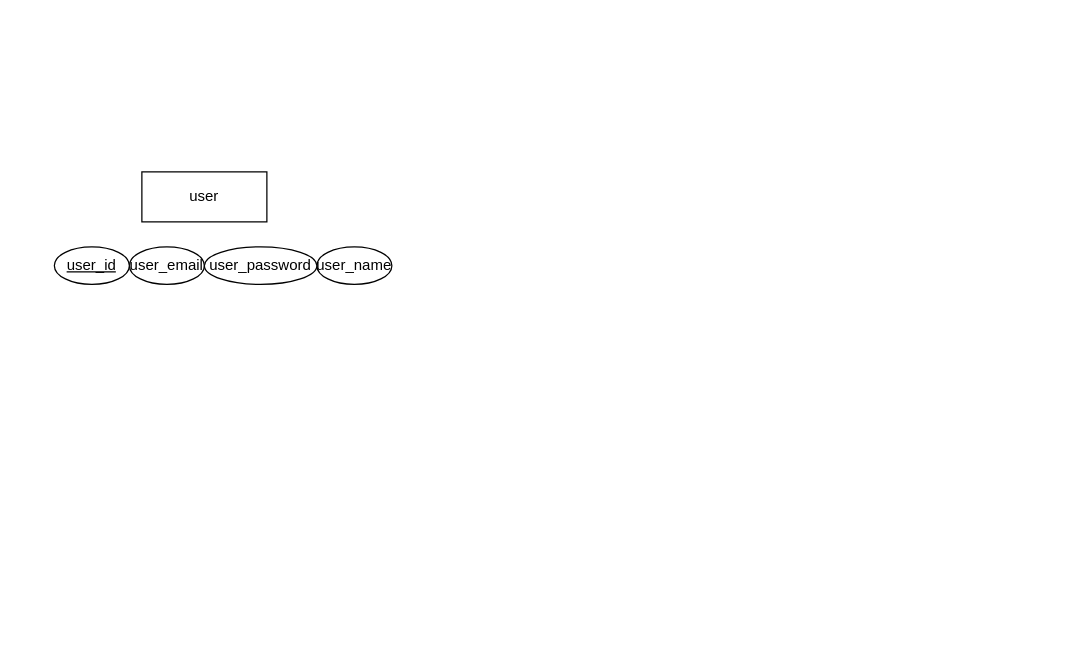
GSM-MoA/Damoa_project-backend keeps this draw.io diagram as 제목 없는 다이어그램.drawio. Above is the earlier version. Source tidied: cells renumbered, new cells numbered last; positions are measured from the earlier drawing's top-left corner, leaving out a move shared by most shapes. Both pictures are drawn from the tidied source at 125%, with x=0, y=0 at pixel (54, 171).
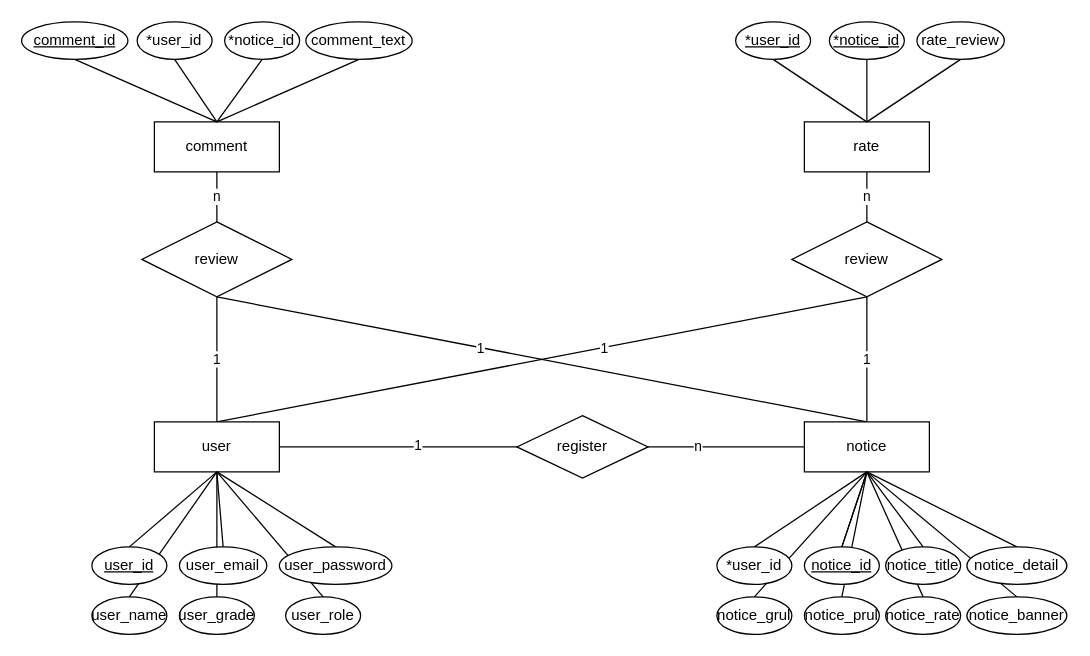
The same page after the edit.

The edit, as a diff of the source:
```diff
@@
+    <mxCell id="7" value="1" style="edgeStyle=none;rounded=0;jettySize=auto;html=1;exitX=0.5;exitY=0;exitDx=0;exitDy=0;entryX=0.5;entryY=1;entryDx=0;entryDy=0;endArrow=none;endFill=0;" parent="1" edge="1" source="2" target="61">
+      <mxGeometry relative="1" as="geometry" />
+    </mxCell>
+    <mxCell id="8" style="edgeStyle=none;rounded=0;jettySize=auto;html=1;exitX=0.5;exitY=0;exitDx=0;exitDy=0;entryX=0.5;entryY=1;entryDx=0;entryDy=0;endArrow=none;endFill=0;" parent="1" edge="1" source="2" target="63">
+      <mxGeometry relative="1" as="geometry" />
+    </mxCell>
+    <mxCell id="9" value="1" style="edgeLabel;html=1;align=center;verticalAlign=middle;" parent="8" vertex="1">
+      <mxGeometry x="0.13" y="3" relative="1" as="geometry">
+        <mxPoint x="16" as="offset" />
+      </mxGeometry>
+    </mxCell>
     <mxCell id="2" value="user" style="whiteSpace=wrap;html=1;align=center;" parent="1" vertex="1">
-      <mxGeometry x="70" width="100" height="40" as="geometry" />
+      <mxGeometry x="80" y="200" width="100" height="40" as="geometry" />
     </mxCell>
+    <mxCell id="10" style="edgeStyle=none;rounded=0;jettySize=auto;html=1;exitX=0.5;exitY=0;exitDx=0;exitDy=0;endArrow=none;endFill=0;" parent="1" edge="1" source="4">
+      <mxGeometry relative="1" as="geometry">
+        <mxPoint x="130" y="240" as="targetPoint" />
+      </mxGeometry>
+    </mxCell>
+    <mxCell id="4" value="user_name" style="ellipse;whiteSpace=wrap;html=1;align=center;" parent="1" vertex="1">
+      <mxGeometry x="30" y="340" width="60" height="30" as="geometry" />
+    </mxCell>
+    <mxCell id="11" style="edgeStyle=none;rounded=0;jettySize=auto;html=1;exitX=0.5;exitY=0;exitDx=0;exitDy=0;entryX=0.5;entryY=1;entryDx=0;entryDy=0;endArrow=none;endFill=0;" parent="1" edge="1" source="5" target="2">
+      <mxGeometry relative="1" as="geometry" />
+    </mxCell>
+    <mxCell id="6" value="user_id" style="ellipse;whiteSpace=wrap;html=1;align=center;fontStyle=4;" parent="1" vertex="1">
+      <mxGeometry x="30" y="300" width="60" height="30" as="geometry" />
+    </mxCell>
+    <mxCell id="12" style="edgeStyle=none;rounded=0;jettySize=auto;html=1;exitX=0.5;exitY=0;exitDx=0;exitDy=0;endArrow=none;endFill=0;" parent="1" edge="1" source="13">
+      <mxGeometry relative="1" as="geometry">
+        <mxPoint x="130" y="240" as="targetPoint" />
+      </mxGeometry>
+    </mxCell>
+    <mxCell id="13" value="user_grade" style="ellipse;whiteSpace=wrap;html=1;align=center;" parent="1" vertex="1">
+      <mxGeometry x="100" y="340" width="60" height="30" as="geometry" />
+    </mxCell>
+    <mxCell id="14" style="edgeStyle=none;rounded=0;jettySize=auto;html=1;exitX=0.5;exitY=0;exitDx=0;exitDy=0;entryX=0.5;entryY=1;entryDx=0;entryDy=0;endArrow=none;endFill=0;" parent="1" edge="1" source="15" target="2">
+      <mxGeometry relative="1" as="geometry" />
+    </mxCell>
+    <mxCell id="15" value="user_role" style="ellipse;whiteSpace=wrap;html=1;align=center;" parent="1" vertex="1">
+      <mxGeometry x="185" y="340" width="60" height="30" as="geometry" />
+    </mxCell>
+    <mxCell id="16" style="endArrow=none;html=1;rounded=0;entryX=0.5;entryY=0;entryDx=0;entryDy=0;exitX=0.5;exitY=1;exitDx=0;exitDy=0;strokeColor=default;endFill=0;" parent="1" edge="1" source="2" target="3">
+      <mxGeometry relative="1" as="geometry" />
+    </mxCell>
+    <mxCell id="17" style="endArrow=none;html=1;rounded=0;exitX=0.5;exitY=0;exitDx=0;exitDy=0;endFill=0;" parent="1" edge="1" source="6">
+      <mxGeometry relative="1" as="geometry">
+        <mxPoint x="130" y="240" as="targetPoint" />
+      </mxGeometry>
+    </mxCell>
     <mxCell id="3" value="user_email" style="ellipse;whiteSpace=wrap;html=1;align=center;" parent="1" vertex="1">
-      <mxGeometry x="60" y="60" width="60" height="30" as="geometry" />
+      <mxGeometry x="100" y="300" width="70" height="30" as="geometry" />
     </mxCell>
-    <mxCell id="4" value="user_name" style="ellipse;whiteSpace=wrap;html=1;align=center;" parent="1" vertex="1">
-      <mxGeometry x="210" y="60" width="60" height="30" as="geometry" />
-    </mxCell>
     <mxCell id="5" value="user_password" style="ellipse;whiteSpace=wrap;html=1;align=center;" parent="1" vertex="1">
-      <mxGeometry x="120" y="60" width="90" height="30" as="geometry" />
+      <mxGeometry x="180" y="300" width="90" height="30" as="geometry" />
     </mxCell>
-    <mxCell id="6" value="user_id" style="ellipse;whiteSpace=wrap;html=1;align=center;fontStyle=4;" parent="1" vertex="1">
-      <mxGeometry y="60" width="60" height="30" as="geometry" />
-    </mxCell>
+    <mxCell id="18" style="edgeStyle=none;rounded=0;jettySize=auto;html=1;exitX=0.5;exitY=0;exitDx=0;exitDy=0;entryX=0.5;entryY=1;entryDx=0;entryDy=0;endArrow=none;endFill=0;" parent="1" edge="1" source="20" target="61">
+      <mxGeometry relative="1" as="geometry" />
+    </mxCell>
+    <mxCell id="19" value="1" style="edgeLabel;html=1;align=center;verticalAlign=middle;" parent="18" vertex="1">
+      <mxGeometry x="0.09" relative="1" as="geometry">
+        <mxPoint x="-26" y="-5" as="offset" />
+      </mxGeometry>
+    </mxCell>
+    <mxCell id="20" value="notice" style="whiteSpace=wrap;html=1;align=center;" parent="1" vertex="1">
+      <mxGeometry x="600" y="200" width="100" height="40" as="geometry" />
+    </mxCell>
+    <mxCell id="21" style="edgeStyle=none;rounded=0;jettySize=auto;html=1;exitX=0.5;exitY=0;exitDx=0;exitDy=0;entryX=0.5;entryY=1;entryDx=0;entryDy=0;endArrow=none;endFill=0;" parent="1" edge="1" source="31" target="20">
+      <mxGeometry relative="1" as="geometry" />
+    </mxCell>
+    <mxCell id="22" style="edgeStyle=none;rounded=0;orthogonalLoop=1;jettySize=auto;html=1;exitX=0.5;exitY=0;exitDx=0;exitDy=0;endArrow=none;endFill=0;" parent="1" edge="1">
+      <mxGeometry relative="1" as="geometry">
+        <mxPoint x="630" y="300" as="sourcePoint" />
+        <mxPoint x="650" y="240" as="targetPoint" />
+      </mxGeometry>
+    </mxCell>
+    <mxCell id="23" style="edgeStyle=none;rounded=0;jettySize=auto;html=1;exitX=0.5;exitY=0;exitDx=0;exitDy=0;entryX=0.5;entryY=1;entryDx=0;entryDy=0;endArrow=none;endFill=0;" parent="1" edge="1" source="34" target="20">
+      <mxGeometry relative="1" as="geometry" />
+    </mxCell>
+    <mxCell id="24" style="edgeStyle=none;rounded=0;jettySize=auto;html=1;exitX=0.5;exitY=0;exitDx=0;exitDy=0;endArrow=none;endFill=0;" parent="1" edge="1" source="35">
+      <mxGeometry relative="1" as="geometry">
+        <mxPoint x="650" y="240" as="targetPoint" />
+      </mxGeometry>
+    </mxCell>
+    <mxCell id="25" style="edgeStyle=none;rounded=0;jettySize=auto;html=1;exitX=0.5;exitY=0;exitDx=0;exitDy=0;entryX=0.5;entryY=1;entryDx=0;entryDy=0;endArrow=none;endFill=0;" parent="1" edge="1" source="26" target="20">
+      <mxGeometry relative="1" as="geometry" />
+    </mxCell>
+    <mxCell id="26" value="notice_grul" style="ellipse;whiteSpace=wrap;html=1;align=center;" parent="1" vertex="1">
+      <mxGeometry x="530" y="340" width="60" height="30" as="geometry" />
+    </mxCell>
+    <mxCell id="27" value="notice_prul" style="ellipse;whiteSpace=wrap;html=1;align=center;" parent="1" vertex="1">
+      <mxGeometry x="600" y="340" width="60" height="30" as="geometry" />
+    </mxCell>
+    <mxCell id="28" value="notice_rate" style="ellipse;whiteSpace=wrap;html=1;align=center;" parent="1" vertex="1">
+      <mxGeometry x="665" y="340" width="60" height="30" as="geometry" />
+    </mxCell>
+    <mxCell id="29" style="edgeStyle=none;rounded=0;jettySize=auto;html=1;exitX=0.5;exitY=0;exitDx=0;exitDy=0;endArrow=none;endFill=0;" parent="1" edge="1" source="30">
+      <mxGeometry relative="1" as="geometry">
+        <mxPoint x="650" y="240" as="targetPoint" />
+      </mxGeometry>
+    </mxCell>
+    <mxCell id="30" value="notice_banner" style="ellipse;whiteSpace=wrap;html=1;align=center;" parent="1" vertex="1">
+      <mxGeometry x="730" y="340" width="80" height="30" as="geometry" />
+    </mxCell>
+    <mxCell id="31" value="*user_id" style="ellipse;whiteSpace=wrap;html=1;align=center;" parent="1" vertex="1">
+      <mxGeometry x="530" y="300" width="60" height="30" as="geometry" />
+    </mxCell>
+    <mxCell id="32" style="edgeStyle=none;rounded=0;jettySize=auto;html=1;exitX=0.5;exitY=0;exitDx=0;exitDy=0;entryX=0.5;entryY=1;entryDx=0;entryDy=0;endArrow=none;endFill=0;" parent="1" edge="1" source="43" target="20">
+      <mxGeometry relative="1" as="geometry" />
+    </mxCell>
+    <mxCell id="33" style="edgeStyle=none;rounded=0;jettySize=auto;html=1;exitX=0.5;exitY=0;exitDx=0;exitDy=0;entryX=0.5;entryY=1;entryDx=0;entryDy=0;endArrow=none;endFill=0;" parent="1" edge="1" source="28" target="20">
+      <mxGeometry relative="1" as="geometry" />
+    </mxCell>
+    <mxCell id="34" value="notice_title" style="ellipse;whiteSpace=wrap;html=1;align=center;" parent="1" vertex="1">
+      <mxGeometry x="665" y="300" width="60" height="30" as="geometry" />
+    </mxCell>
+    <mxCell id="35" value="notice_detail" style="ellipse;whiteSpace=wrap;html=1;align=center;" parent="1" vertex="1">
+      <mxGeometry x="730" y="300" width="80" height="30" as="geometry" />
+    </mxCell>
+    <mxCell id="36" value="n" style="edgeStyle=none;rounded=0;jettySize=auto;html=1;exitX=0.5;exitY=1;exitDx=0;exitDy=0;entryX=0.5;entryY=0;entryDx=0;entryDy=0;endArrow=none;endFill=0;" parent="1" edge="1" source="37" target="61">
+      <mxGeometry relative="1" as="geometry" />
+    </mxCell>
+    <mxCell id="37" value="comment" style="whiteSpace=wrap;html=1;align=center;" parent="1" vertex="1">
+      <mxGeometry x="80" y="-40" width="100" height="40" as="geometry" />
+    </mxCell>
+    <mxCell id="38" value="n" style="edgeStyle=none;rounded=0;jettySize=auto;html=1;exitX=0.5;exitY=1;exitDx=0;exitDy=0;entryX=0.5;entryY=0;entryDx=0;entryDy=0;endArrow=none;endFill=0;" parent="1" edge="1" source="39" target="63">
+      <mxGeometry relative="1" as="geometry" />
+    </mxCell>
+    <mxCell id="39" value="rate" style="whiteSpace=wrap;html=1;align=center;" parent="1" vertex="1">
+      <mxGeometry x="600" y="-40" width="100" height="40" as="geometry" />
+    </mxCell>
+    <mxCell id="40" style="edgeStyle=none;rounded=0;jettySize=auto;html=1;exitX=0.5;exitY=1;exitDx=0;exitDy=0;endArrow=none;endFill=0;" parent="1" edge="1" source="41">
+      <mxGeometry relative="1" as="geometry">
+        <mxPoint x="130" y="-40" as="targetPoint" />
+      </mxGeometry>
+    </mxCell>
+    <mxCell id="41" value="*user_id" style="ellipse;whiteSpace=wrap;html=1;align=center;" parent="1" vertex="1">
+      <mxGeometry x="66.2" y="-120" width="60" height="30" as="geometry" />
+    </mxCell>
+    <mxCell id="42" style="edgeStyle=none;rounded=0;jettySize=auto;html=1;exitX=0.5;exitY=0;exitDx=0;exitDy=0;endArrow=none;endFill=0;" parent="1" edge="1" source="27">
+      <mxGeometry relative="1" as="geometry">
+        <mxPoint x="650" y="240" as="targetPoint" />
+      </mxGeometry>
+    </mxCell>
+    <mxCell id="43" value="notice_id" style="ellipse;whiteSpace=wrap;html=1;align=center;fontStyle=4;" parent="1" vertex="1">
+      <mxGeometry x="600" y="300" width="60" height="30" as="geometry" />
+    </mxCell>
+    <mxCell id="44" style="edgeStyle=none;rounded=0;jettySize=auto;html=1;exitX=0.5;exitY=1;exitDx=0;exitDy=0;entryX=0.5;entryY=0;entryDx=0;entryDy=0;endArrow=none;endFill=0;" parent="1" edge="1" source="45" target="37">
+      <mxGeometry relative="1" as="geometry" />
+    </mxCell>
+    <mxCell id="45" value="comment_id" style="ellipse;whiteSpace=wrap;html=1;align=center;fontStyle=4;" parent="1" vertex="1">
+      <mxGeometry x="-26.2" y="-120" width="85" height="30" as="geometry" />
+    </mxCell>
+    <mxCell id="46" style="edgeStyle=none;rounded=0;jettySize=auto;html=1;exitX=0.5;exitY=1;exitDx=0;exitDy=0;endArrow=none;endFill=0;" parent="1" edge="1" source="47">
+      <mxGeometry relative="1" as="geometry">
+        <mxPoint x="130" y="-40" as="targetPoint" />
+      </mxGeometry>
+    </mxCell>
+    <mxCell id="47" value="*notice_id" style="ellipse;whiteSpace=wrap;html=1;align=center;" parent="1" vertex="1">
+      <mxGeometry x="136.2" y="-120" width="60" height="30" as="geometry" />
+    </mxCell>
+    <mxCell id="48" style="edgeStyle=none;rounded=0;jettySize=auto;html=1;exitX=0.5;exitY=1;exitDx=0;exitDy=0;endArrow=none;endFill=0;" parent="1" edge="1" source="49">
+      <mxGeometry relative="1" as="geometry">
+        <mxPoint x="130" y="-40" as="targetPoint" />
+      </mxGeometry>
+    </mxCell>
+    <mxCell id="49" value="comment_text" style="ellipse;whiteSpace=wrap;html=1;align=center;" parent="1" vertex="1">
+      <mxGeometry x="201.2" y="-120" width="85" height="30" as="geometry" />
+    </mxCell>
+    <mxCell id="50" style="edgeStyle=none;rounded=0;jettySize=auto;html=1;exitX=0.5;exitY=1;exitDx=0;exitDy=0;entryX=0.5;entryY=0;entryDx=0;entryDy=0;endArrow=none;endFill=0;" parent="1" edge="1" source="51" target="39">
+      <mxGeometry relative="1" as="geometry" />
+    </mxCell>
+    <mxCell id="51" value="*user_id" style="ellipse;whiteSpace=wrap;html=1;align=center;fontStyle=4;" parent="1" vertex="1">
+      <mxGeometry x="545" y="-120" width="60" height="30" as="geometry" />
+    </mxCell>
+    <mxCell id="52" style="edgeStyle=none;rounded=0;jettySize=auto;html=1;exitX=0.5;exitY=1;exitDx=0;exitDy=0;entryX=0.5;entryY=0;entryDx=0;entryDy=0;endArrow=none;endFill=0;" parent="1" edge="1" source="53" target="39">
+      <mxGeometry relative="1" as="geometry" />
+    </mxCell>
+    <mxCell id="53" value="*notice_id" style="ellipse;whiteSpace=wrap;html=1;align=center;fontStyle=4;" parent="1" vertex="1">
+      <mxGeometry x="620" y="-120" width="60" height="30" as="geometry" />
+    </mxCell>
+    <mxCell id="54" style="edgeStyle=none;rounded=0;jettySize=auto;html=1;exitX=0.5;exitY=1;exitDx=0;exitDy=0;entryX=0.5;entryY=0;entryDx=0;entryDy=0;endArrow=none;endFill=0;" parent="1" edge="1" source="55" target="39">
+      <mxGeometry relative="1" as="geometry" />
+    </mxCell>
+    <mxCell id="55" value="rate_review" style="ellipse;whiteSpace=wrap;html=1;align=center;" parent="1" vertex="1">
+      <mxGeometry x="690" y="-120" width="70" height="30" as="geometry" />
+    </mxCell>
+    <mxCell id="56" style="edgeStyle=none;rounded=0;jettySize=auto;html=1;exitX=0;exitY=0.5;exitDx=0;exitDy=0;entryX=1;entryY=0.5;entryDx=0;entryDy=0;endArrow=none;endFill=0;" parent="1" edge="1" source="60" target="2">
+      <mxGeometry relative="1" as="geometry" />
+    </mxCell>
+    <mxCell id="57" value="1" style="edgeLabel;html=1;align=center;verticalAlign=middle;" parent="56" vertex="1">
+      <mxGeometry x="-0.16" y="-2" relative="1" as="geometry" />
+    </mxCell>
+    <mxCell id="58" style="edgeStyle=none;rounded=0;jettySize=auto;html=1;exitX=1;exitY=0.5;exitDx=0;exitDy=0;entryX=0;entryY=0.5;entryDx=0;entryDy=0;endArrow=none;endFill=0;" parent="1" edge="1" source="60" target="20">
+      <mxGeometry relative="1" as="geometry" />
+    </mxCell>
+    <mxCell id="59" value="n" style="edgeLabel;html=1;align=center;verticalAlign=middle;" parent="58" vertex="1">
+      <mxGeometry x="-0.37" y="1" relative="1" as="geometry" />
+    </mxCell>
+    <mxCell id="60" value="register" style="shape=rhombus;perimeter=rhombusPerimeter;whiteSpace=wrap;html=1;align=center;" parent="1" vertex="1">
+      <mxGeometry x="370" y="195" width="105" height="50" as="geometry" />
+    </mxCell>
+    <mxCell id="61" value="review" style="shape=rhombus;perimeter=rhombusPerimeter;whiteSpace=wrap;html=1;align=center;" parent="1" vertex="1">
+      <mxGeometry x="70" y="40" width="120" height="60" as="geometry" />
+    </mxCell>
+    <mxCell id="62" value="1" style="edgeStyle=none;rounded=0;jettySize=auto;html=1;exitX=0.5;exitY=1;exitDx=0;exitDy=0;entryX=0.5;entryY=0;entryDx=0;entryDy=0;endArrow=none;endFill=0;" parent="1" edge="1" source="63" target="20">
+      <mxGeometry relative="1" as="geometry" />
+    </mxCell>
+    <mxCell id="63" value="review" style="shape=rhombus;perimeter=rhombusPerimeter;whiteSpace=wrap;html=1;align=center;" parent="1" vertex="1">
+      <mxGeometry x="590" y="40" width="120" height="60" as="geometry" />
+    </mxCell>
```
